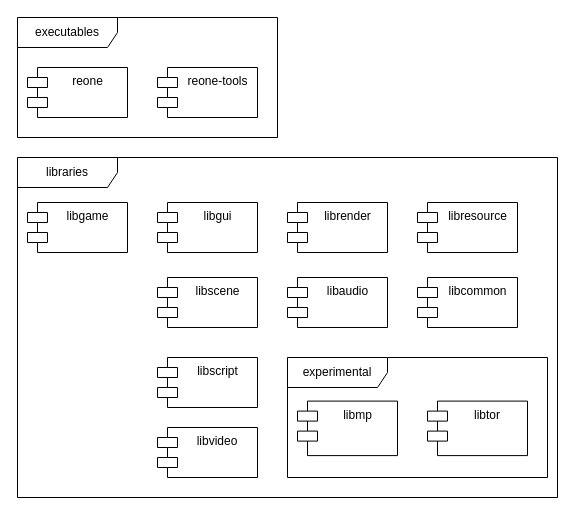
Earlier version of the draw.io diagram images/modules.drawio (seedhartha/reone). Source tidied: cells renumbered, new cells numbered last; positions are measured from the earlier drawing's top-left corner, leaving out a move shared by most shapes. Both pictures are drawn from the tidied source at 100%, with x=0, y=0 at pixel (17, 17).
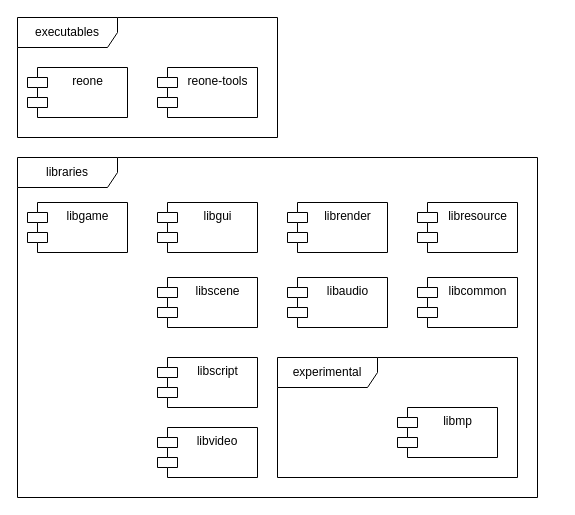
The same diagram, later.

Change to the diagram source:
```diff
@@
+    <mxCell id="11" value="libraries" style="shape=umlFrame;whiteSpace=wrap;html=1;width=100;height=30;" parent="1" vertex="1">
+      <mxGeometry y="140" width="520" height="340" as="geometry" />
+    </mxCell>
     <mxCell id="2" style="group;" parent="1" vertex="1">
-      <mxGeometry x="270" y="340" width="260" height="120" as="geometry" />
+      <mxGeometry x="270" y="340" width="230" height="120" as="geometry" />
     </mxCell>
     <mxCell id="3" value="experimental" style="shape=umlFrame;whiteSpace=wrap;html=1;width=100;height=30;" parent="2" vertex="1">
-      <mxGeometry width="260" height="120" as="geometry" />
+      <mxGeometry x="-10" width="240" height="120" as="geometry" />
     </mxCell>
     <mxCell id="4" value="libmp" style="shape=module;align=left;spacingLeft=20;align=center;verticalAlign=top;html=1;" parent="2" vertex="1">
-      <mxGeometry x="10" y="43.6" width="100" height="54.5" as="geometry" />
+      <mxGeometry x="110" y="50" width="100" height="50" as="geometry" />
     </mxCell>
-    <mxCell id="5" value="libtor" style="shape=module;align=left;spacingLeft=20;align=center;verticalAlign=top;" parent="2" vertex="1">
-      <mxGeometry x="140" y="43.6" width="100" height="54.5" as="geometry" />
-    </mxCell>
@@
-    <mxCell id="11" value="libraries" style="shape=umlFrame;whiteSpace=wrap;html=1;width=100;height=30;" parent="1" vertex="1">
-      <mxGeometry y="140" width="540" height="340" as="geometry" />
-    </mxCell>
```
